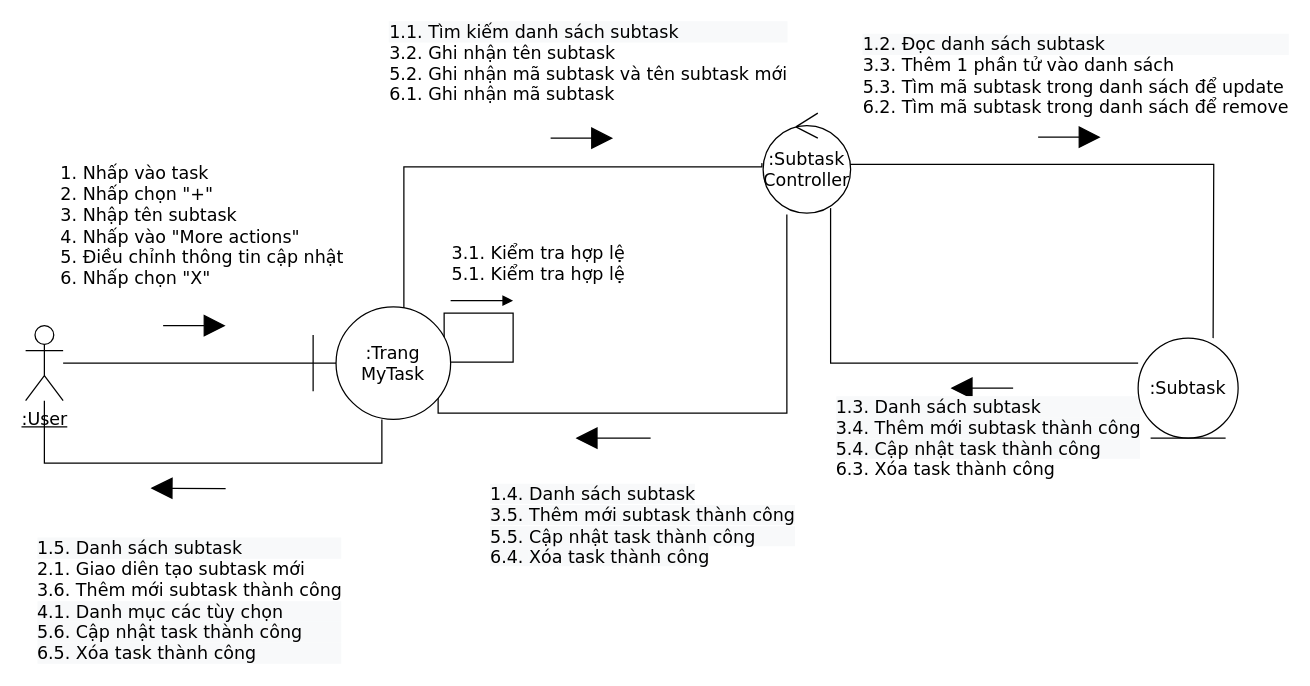
This is ToDoApp-Doc/Document/Diagram/Collaboration Diagram/ManageSubtask/ManageSubtask_CollaborationDiagram.drawio from Merevoli-DatLuu/To-Do-App, a draw.io file, before an edit. Source tidied: cells renumbered, new cells numbered last; positions are measured from the earlier drawing's top-left corner, leaving out a move shared by most shapes. Both pictures are drawn from the tidied source at 125%, with x=0, y=0 at pixel (25, 112).
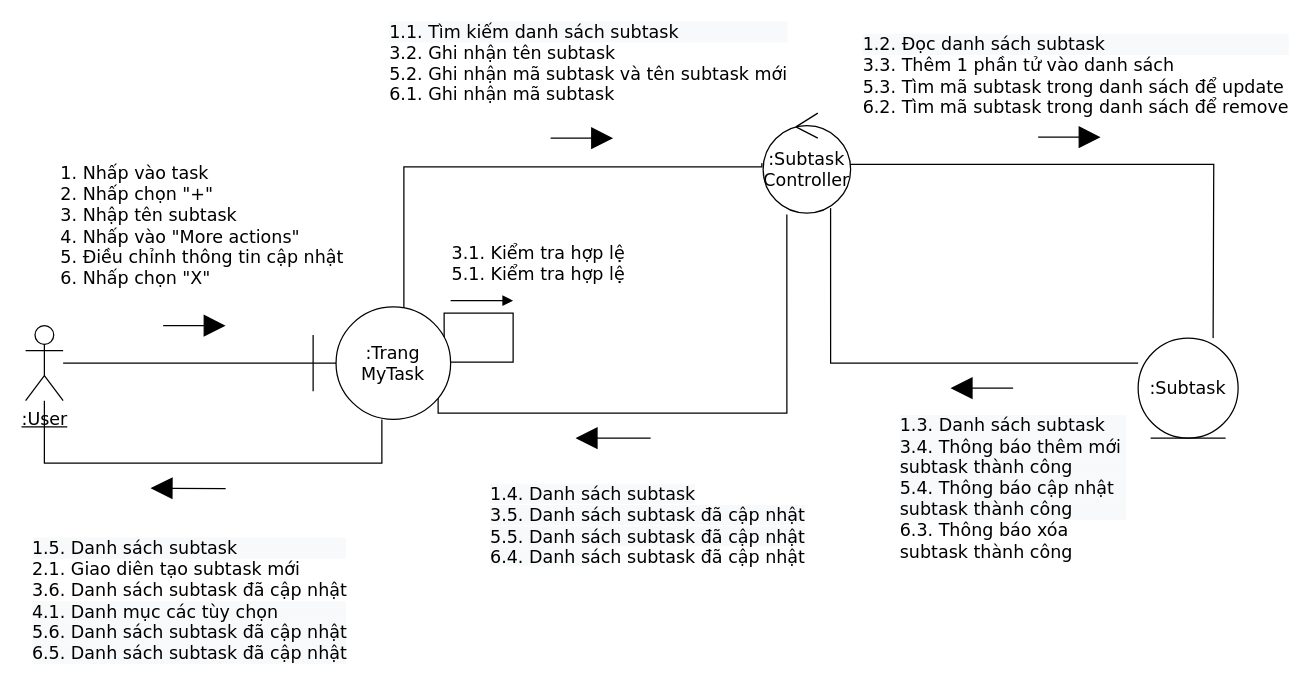
The same diagram, later.

Commit message (it also covers changes not shown here):
[Modified]: ManageSubtask Collaboration Diagram

Unchanged cells that the change refers to:
```xml
<mxCell id="16" style="endArrow=block;html=1;fontSize=14;endFill=1;endSize=15;fontFamily=Verdana;" parent="1" edge="1">
  <mxGeometry relative="1" as="geometry">
    <mxPoint x="160" y="300.4" as="sourcePoint" />
    <mxPoint x="100" y="300" as="targetPoint" />
  </mxGeometry>
</mxCell>
```

What changed in the source:
```diff
@@
-    <mxCell id="14" value="&lt;div style=&quot;text-align: left ; font-size: 14px&quot;&gt;&lt;div style=&quot;background-color: rgb(248 , 249 , 250) ; font-family: &amp;#34;verdana&amp;#34;&quot;&gt;1.3. Danh sách subtask&lt;/div&gt;&lt;div style=&quot;background-color: rgb(248 , 249 , 250) ; font-family: &amp;#34;verdana&amp;#34;&quot;&gt;3.4. Thêm mới subtask thành công&lt;/div&gt;&lt;div style=&quot;background-color: rgb(248 , 249 , 250) ; font-family: &amp;#34;verdana&amp;#34;&quot;&gt;5.4. Cập nhật task thành công&lt;br&gt;&lt;/div&gt;&lt;div style=&quot;background-color: rgb(248 , 249 , 250) ; font-family: &amp;#34;verdana&amp;#34; ; text-align: center&quot;&gt;&lt;/div&gt;&lt;span style=&quot;background-color: rgb(248 , 249 , 250) ; font-family: &amp;#34;verdana&amp;#34; ; text-align: center&quot;&gt;&lt;div style=&quot;text-align: left&quot;&gt;6.3. Xóa task thành công&lt;/div&gt;&lt;/span&gt;&lt;/div&gt;" style="endArrow=block;html=1;fontSize=14;endFill=1;endSize=15;fontFamily=Verdana;" parent="1" edge="1">
-      <mxGeometry x="-0.2" y="40" relative="1" as="geometry">
+    <mxCell id="14" value="&lt;div style=&quot;text-align: left ; font-size: 14px&quot;&gt;&lt;div style=&quot;background-color: rgb(248 , 249 , 250) ; font-family: &amp;#34;verdana&amp;#34;&quot;&gt;1.3. Danh sách subtask&lt;/div&gt;&lt;div style=&quot;background-color: rgb(248 , 249 , 250) ; font-family: &amp;#34;verdana&amp;#34;&quot;&gt;3.4. Thông báo thêm mới&amp;nbsp;&lt;/div&gt;&lt;div style=&quot;background-color: rgb(248 , 249 , 250) ; font-family: &amp;#34;verdana&amp;#34;&quot;&gt;subtask thành công&lt;/div&gt;&lt;div style=&quot;background-color: rgb(248 , 249 , 250) ; font-family: &amp;#34;verdana&amp;#34;&quot;&gt;5.4. Thông báo cập nhật&amp;nbsp;&lt;/div&gt;&lt;div style=&quot;background-color: rgb(248 , 249 , 250) ; font-family: &amp;#34;verdana&amp;#34;&quot;&gt;subtask thành công&lt;br&gt;&lt;/div&gt;&lt;div style=&quot;background-color: rgb(248 , 249 , 250) ; font-family: &amp;#34;verdana&amp;#34; ; text-align: center&quot;&gt;&lt;/div&gt;&lt;span style=&quot;background-color: rgb(248 , 249 , 250) ; font-family: &amp;#34;verdana&amp;#34; ; text-align: center&quot;&gt;&lt;div style=&quot;text-align: left&quot;&gt;6.3. Thông báo xóa&amp;nbsp;&lt;/div&gt;&lt;div style=&quot;text-align: left&quot;&gt;subtask thành công&lt;/div&gt;&lt;/span&gt;&lt;/div&gt;" style="endArrow=block;html=1;fontSize=14;endFill=1;endSize=15;fontFamily=Verdana;" parent="1" edge="1">
+      <mxGeometry x="-1" y="80" relative="1" as="geometry">
         <mxPoint x="790" y="220" as="sourcePoint" />
         <mxPoint x="740" y="220" as="targetPoint" />
       </mxGeometry>
     </mxCell>
-    <mxCell id="15" value="&lt;font style=&quot;background-color: rgb(248 , 249 , 250) ; font-family: &amp;#34;verdana&amp;#34;&quot;&gt;1.4. Danh sách subtask&lt;br&gt;&lt;/font&gt;&lt;span style=&quot;background-color: rgb(248 , 249 , 250) ; font-family: &amp;#34;verdana&amp;#34;&quot;&gt;3.5.&amp;nbsp;&lt;/span&gt;&lt;span style=&quot;background-color: rgb(248 , 249 , 250) ; font-family: &amp;#34;verdana&amp;#34;&quot;&gt;Thêm mới subtask thành công&lt;br&gt;&lt;/span&gt;&lt;div style=&quot;background-color: rgb(248 , 249 , 250) ; font-family: &amp;#34;verdana&amp;#34;&quot;&gt;5.5.&amp;nbsp;Cập nhật task thành công&lt;/div&gt;&lt;div style=&quot;background-color: rgb(248 , 249 , 250) ; font-family: &amp;#34;verdana&amp;#34;&quot;&gt;&lt;/div&gt;&lt;span style=&quot;background-color: rgb(248 , 249 , 250) ; font-family: &amp;#34;verdana&amp;#34;&quot;&gt;6.4.&amp;nbsp;&lt;/span&gt;&lt;span style=&quot;background-color: rgb(248 , 249 , 250) ; font-family: &amp;#34;verdana&amp;#34;&quot;&gt;Xóa task thành công&lt;/span&gt;" style="endArrow=block;html=1;fontSize=14;endFill=1;jumpSize=7;sourcePerimeterSpacing=2;endSize=15;fontFamily=Verdana;align=left;" parent="1" edge="1">
+    <mxCell id="15" value="&lt;font style=&quot;background-color: rgb(248 , 249 , 250) ; font-family: &amp;#34;verdana&amp;#34;&quot;&gt;1.4. Danh sách subtask&lt;br&gt;&lt;/font&gt;&lt;span style=&quot;background-color: rgb(248 , 249 , 250) ; font-family: &amp;#34;verdana&amp;#34;&quot;&gt;3.5. Danh s&lt;/span&gt;&lt;span style=&quot;background-color: rgb(248 , 249 , 250)&quot;&gt;&lt;font face=&quot;verdana&quot;&gt;ách subtask&amp;nbsp;đã cập nhật&lt;/font&gt;&lt;br&gt;&lt;/span&gt;&lt;div style=&quot;background-color: rgb(248 , 249 , 250) ; font-family: &amp;#34;verdana&amp;#34;&quot;&gt;5.5. Danh sách subtask&amp;nbsp;đã cập nhật&lt;/div&gt;&lt;div style=&quot;background-color: rgb(248 , 249 , 250) ; font-family: &amp;#34;verdana&amp;#34;&quot;&gt;&lt;/div&gt;&lt;span style=&quot;background-color: rgb(248 , 249 , 250) ; font-family: &amp;#34;verdana&amp;#34;&quot;&gt;6.4. Danh s&lt;/span&gt;&lt;font face=&quot;verdana&quot;&gt;ách subtask&amp;nbsp;đã cập nhật&lt;/font&gt;" style="endArrow=block;html=1;fontSize=14;endFill=1;jumpSize=7;sourcePerimeterSpacing=2;endSize=15;fontFamily=Verdana;align=left;" parent="1" edge="1">
       <mxGeometry x="1" y="99" relative="1" as="geometry">
         <mxPoint x="500" y="260" as="sourcePoint" />
         <mxPoint x="440" y="260" as="targetPoint" />
         <mxPoint x="-70" y="-29" as="offset" />
       </mxGeometry>
     </mxCell>
@@
-    <mxCell id="17" value="&lt;div style=&quot;text-align: left&quot;&gt;&lt;div style=&quot;background-color: rgb(248 , 249 , 250) ; font-family: &amp;#34;verdana&amp;#34;&quot;&gt;1.5. Danh sách subtask&lt;/div&gt;&lt;span style=&quot;background-color: rgb(248 , 249 , 250) ; font-family: &amp;#34;verdana&amp;#34; ; text-align: center&quot;&gt;&lt;div style=&quot;text-align: left&quot;&gt;2.1. Giao diên tạo subtask mới&lt;/div&gt;&lt;div style=&quot;text-align: left&quot;&gt;3.6. Thêm mới subtask thành công&lt;/div&gt;&lt;/span&gt;&lt;div style=&quot;background-color: rgb(248 , 249 , 250) ; font-family: &amp;#34;verdana&amp;#34;&quot;&gt;4.1. Danh mục các tùy chọn&lt;/div&gt;&lt;div style=&quot;background-color: rgb(248 , 249 , 250) ; font-family: &amp;#34;verdana&amp;#34; ; text-align: center&quot;&gt;&lt;/div&gt;&lt;span style=&quot;background-color: rgb(248 , 249 , 250) ; font-family: &amp;#34;verdana&amp;#34; ; text-align: center&quot;&gt;&lt;/span&gt;&lt;div style=&quot;background-color: rgb(248 , 249 , 250) ; font-family: &amp;#34;verdana&amp;#34;&quot;&gt;5.6.&amp;nbsp;Cập nhật task thành công&lt;/div&gt;&lt;div style=&quot;background-color: rgb(248 , 249 , 250) ; font-family: &amp;#34;verdana&amp;#34;&quot;&gt;6.5.&amp;nbsp;Xóa task thành công&lt;/div&gt;&lt;/div&gt;&lt;div style=&quot;font-size: 14px&quot;&gt;&lt;span style=&quot;font-size: 14px&quot;&gt;&lt;/span&gt;&lt;/div&gt;" style="edgeLabel;html=1;align=center;verticalAlign=middle;fontSize=14;fontFamily=Verdana;" parent="16" vertex="1">
+    <mxCell id="17" value="&lt;div style=&quot;text-align: left&quot;&gt;&lt;div style=&quot;background-color: rgb(248 , 249 , 250) ; font-family: &amp;#34;verdana&amp;#34;&quot;&gt;1.5. Danh sách subtask&lt;/div&gt;&lt;span style=&quot;background-color: rgb(248 , 249 , 250) ; font-family: &amp;#34;verdana&amp;#34; ; text-align: center&quot;&gt;&lt;div style=&quot;text-align: left&quot;&gt;2.1. Giao diên tạo subtask mới&lt;/div&gt;&lt;div style=&quot;text-align: left&quot;&gt;3.6. Danh s&lt;span style=&quot;font-family: &amp;#34;verdana&amp;#34;&quot;&gt;&lt;font face=&quot;verdana&quot;&gt;ách subtask&amp;nbsp;đã cập nhật&lt;/font&gt;&lt;/span&gt;&lt;/div&gt;&lt;/span&gt;&lt;div style=&quot;background-color: rgb(248 , 249 , 250) ; font-family: &amp;#34;verdana&amp;#34;&quot;&gt;4.1. Danh mục các tùy chọn&lt;/div&gt;&lt;div style=&quot;background-color: rgb(248 , 249 , 250) ; font-family: &amp;#34;verdana&amp;#34; ; text-align: center&quot;&gt;&lt;/div&gt;&lt;span style=&quot;background-color: rgb(248 , 249 , 250) ; font-family: &amp;#34;verdana&amp;#34; ; text-align: center&quot;&gt;&lt;/span&gt;&lt;div style=&quot;background-color: rgb(248 , 249 , 250) ; font-family: &amp;#34;verdana&amp;#34;&quot;&gt;5.6. Danh s&lt;span style=&quot;font-family: &amp;#34;verdana&amp;#34;&quot;&gt;&lt;font face=&quot;verdana&quot;&gt;ách subtask&amp;nbsp;đã cập nhật&lt;/font&gt;&lt;/span&gt;&lt;/div&gt;&lt;div style=&quot;background-color: rgb(248 , 249 , 250) ; font-family: &amp;#34;verdana&amp;#34;&quot;&gt;6.5. Danh s&lt;span style=&quot;font-family: &amp;#34;verdana&amp;#34;&quot;&gt;&lt;font face=&quot;verdana&quot;&gt;ách subtask&amp;nbsp;đã cập nhật&lt;/font&gt;&lt;/span&gt;&lt;/div&gt;&lt;/div&gt;&lt;div style=&quot;font-size: 14px&quot;&gt;&lt;span style=&quot;font-size: 14px&quot;&gt;&lt;/span&gt;&lt;/div&gt;" style="edgeLabel;html=1;align=center;verticalAlign=middle;fontSize=14;fontFamily=Verdana;" parent="16" vertex="1">
       <mxGeometry x="-0.41" relative="1" as="geometry">
         <mxPoint x="-12" y="89.7" as="offset" />
       </mxGeometry>
     </mxCell>
```
